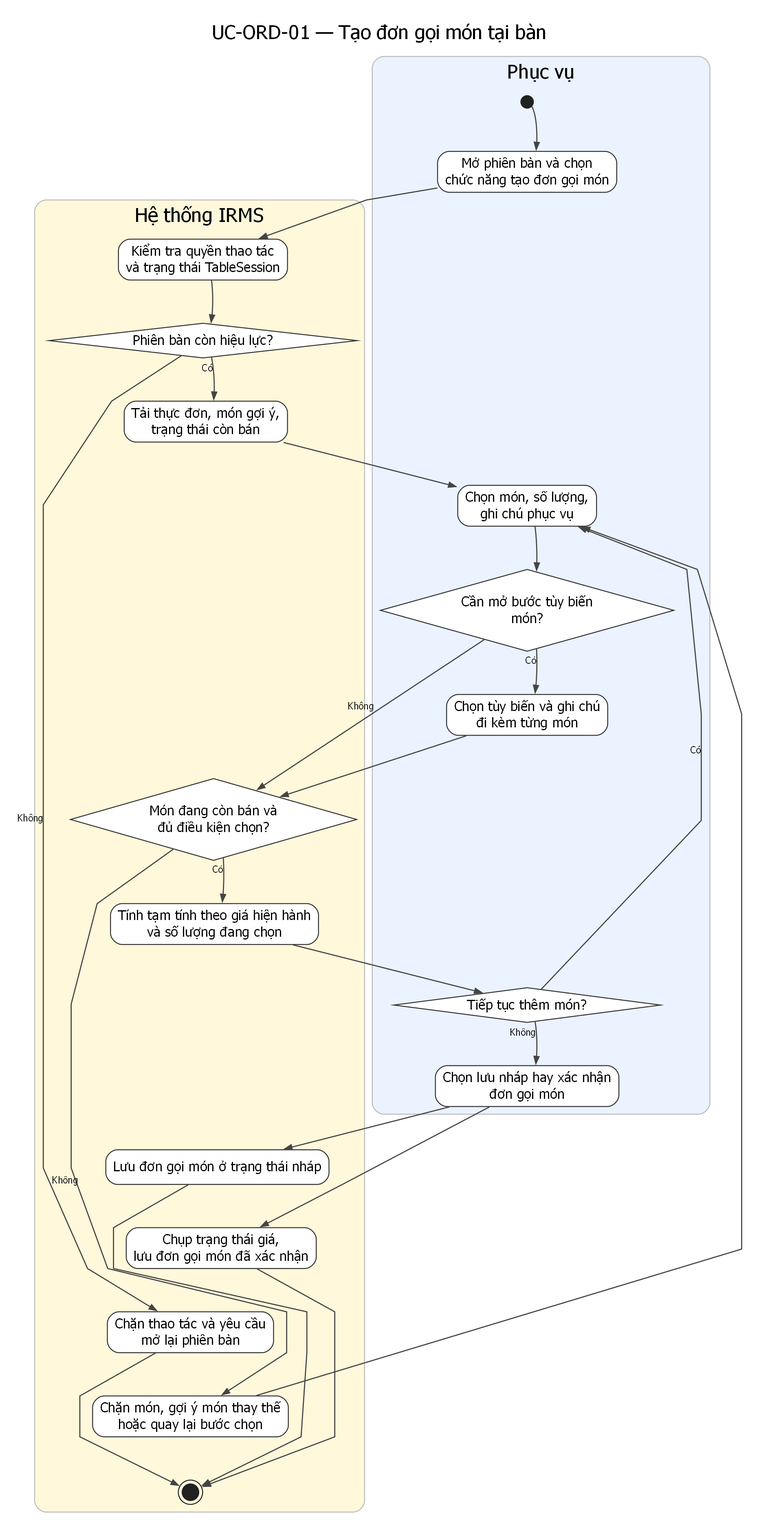
lehoangluan1/SA_IRMS keeps this Graphviz diagram as assets/diagrams/rendered/activity/uc-ord-01-create-table-order.png. Above is the earlier version. Its source is kept beside it as assets/diagrams/source/activity/uc-ord-01-create-table-order.dot.
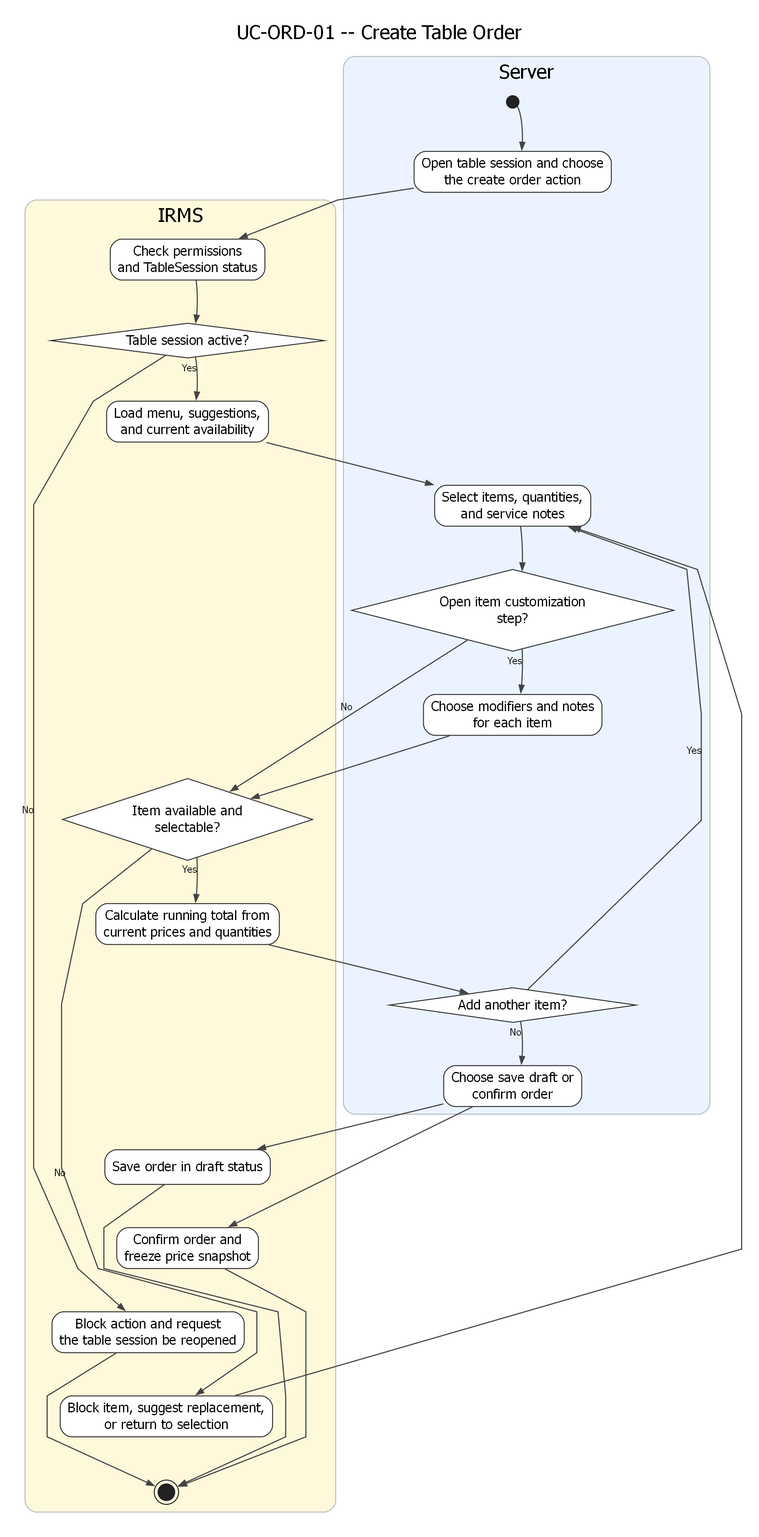
Later version of the same file.

Change to the diagram source:
```diff
@@ -2,35 +2,35 @@
   graph [rankdir=TB, newrank=true, splines=polyline, nodesep=0.38, ranksep=0.62, pad=0.25, dpi=170, bgcolor="white", fontname="DejaVu Sans"];
   node [fontname="DejaVu Sans"];
   edge [fontname="DejaVu Sans", fontsize=10, color="#444444", penwidth=1.15, arrowsize=0.75];
-  labelloc="t"; labeljust="c"; fontsize=20; fontname="DejaVu Sans"; label="UC-ORD-01 — Tạo đơn gọi món tại bàn";
+  labelloc="t"; labeljust="c"; fontsize=20; fontname="DejaVu Sans"; label="UC-ORD-01 -- Create Table Order";
 
   subgraph cluster_l1 {
     style="rounded,filled";
     fillcolor="#EAF3FF"; color="#BBBBBB";
-    label="Phục vụ";
+    label="Server";
     n0 [shape=circle, label="", width=0.18, height=0.18, fixedsize=true, style=filled, fillcolor="#222222", color="#222222"];
-    n1 [label="Mở phiên bàn và chọn\nchức năng tạo đơn gọi món", shape=rect, style="rounded,filled", fillcolor="white", color="#333333"];
-    n4 [label="Chọn món, số lượng,\nghi chú phục vụ", shape=rect, style="rounded,filled", fillcolor="white", color="#333333"];
-    n5 [label="Cần mở bước tùy biến\nmón?", shape=diamond, style="filled", fillcolor="white", color="#333333"];
-    n6 [label="Chọn tùy biến và ghi chú\nđi kèm từng món", shape=rect, style="rounded,filled", fillcolor="white", color="#333333"];
-    n9 [label="Tiếp tục thêm món?", shape=diamond, style="filled", fillcolor="white", color="#333333"];
-    n10 [label="Chọn lưu nháp hay xác nhận\nđơn gọi món", shape=rect, style="rounded,filled", fillcolor="white", color="#333333"];
+    n1 [label="Open table session and choose\nthe create order action", shape=rect, style="rounded,filled", fillcolor="white", color="#333333"];
+    n4 [label="Select items, quantities,\nand service notes", shape=rect, style="rounded,filled", fillcolor="white", color="#333333"];
+    n5 [label="Open item customization\nstep?", shape=diamond, style="filled", fillcolor="white", color="#333333"];
+    n6 [label="Choose modifiers and notes\nfor each item", shape=rect, style="rounded,filled", fillcolor="white", color="#333333"];
+    n9 [label="Add another item?", shape=diamond, style="filled", fillcolor="white", color="#333333"];
+    n10 [label="Choose save draft or\nconfirm order", shape=rect, style="rounded,filled", fillcolor="white", color="#333333"];
     n0 -> n1 -> n4 -> n5 -> n6 -> n9 -> n10 [style=invis, weight=20];
   }
 
   subgraph cluster_l2 {
     style="rounded,filled";
     fillcolor="#FFF8DB"; color="#BBBBBB";
-    label="Hệ thống IRMS";
-    n2 [label="Kiểm tra quyền thao tác\nvà trạng thái TableSession", shape=rect, style="rounded,filled", fillcolor="white", color="#333333"];
-    n3 [label="Phiên bàn còn hiệu lực?", shape=diamond, style="filled", fillcolor="white", color="#333333"];
-    n7 [label="Tải thực đơn, món gợi ý,\ntrạng thái còn bán", shape=rect, style="rounded,filled", fillcolor="white", color="#333333"];
-    n8 [label="Món đang còn bán và\nđủ điều kiện chọn?", shape=diamond, style="filled", fillcolor="white", color="#333333"];
-    n11 [label="Tính tạm tính theo giá hiện hành\nvà số lượng đang chọn", shape=rect, style="rounded,filled", fillcolor="white", color="#333333"];
-    n12 [label="Lưu đơn gọi món ở trạng thái nháp", shape=rect, style="rounded,filled", fillcolor="white", color="#333333"];
-    n13 [label="Chụp trạng thái giá,\nlưu đơn gọi món đã xác nhận", shape=rect, style="rounded,filled", fillcolor="white", color="#333333"];
-    n14 [label="Chặn thao tác và yêu cầu\nmở lại phiên bàn", shape=rect, style="rounded,filled", fillcolor="white", color="#333333"];
-    n15 [label="Chặn món, gợi ý món thay thế\nhoặc quay lại bước chọn", shape=rect, style="rounded,filled", fillcolor="white", color="#333333"];
+    label="IRMS";
+    n2 [label="Check permissions\nand TableSession status", shape=rect, style="rounded,filled", fillcolor="white", color="#333333"];
+    n3 [label="Table session active?", shape=diamond, style="filled", fillcolor="white", color="#333333"];
+    n7 [label="Load menu, suggestions,\nand current availability", shape=rect, style="rounded,filled", fillcolor="white", color="#333333"];
+    n8 [label="Item available and\nselectable?", shape=diamond, style="filled", fillcolor="white", color="#333333"];
+    n11 [label="Calculate running total from\ncurrent prices and quantities", shape=rect, style="rounded,filled", fillcolor="white", color="#333333"];
+    n12 [label="Save order in draft status", shape=rect, style="rounded,filled", fillcolor="white", color="#333333"];
+    n13 [label="Confirm order and\nfreeze price snapshot", shape=rect, style="rounded,filled", fillcolor="white", color="#333333"];
+    n14 [label="Block action and request\nthe table session be reopened", shape=rect, style="rounded,filled", fillcolor="white", color="#333333"];
+    n15 [label="Block item, suggest replacement,\nor return to selection", shape=rect, style="rounded,filled", fillcolor="white", color="#333333"];
     n16 [shape=doublecircle, label="", width=0.24, height=0.24, fixedsize=true, style=filled, fillcolor="#222222", color="#222222"];
     n2 -> n3 -> n7 -> n8 -> n11 -> n12 -> n13 -> n14 -> n15 -> n16 [style=invis, weight=20];
   }
@@ -38,19 +38,19 @@
   n0 -> n1;
   n1 -> n2;
   n2 -> n3;
-  n3 -> n7 [xlabel="Có"];
-  n3 -> n14 [xlabel="Không"];
+  n3 -> n7 [xlabel="Yes"];
+  n3 -> n14 [xlabel="No"];
   n7 -> n4;
   n4 -> n5;
-  n5 -> n6 [xlabel="Có"];
-  n5 -> n8 [xlabel="Không"];
+  n5 -> n6 [xlabel="Yes"];
+  n5 -> n8 [xlabel="No"];
   n6 -> n8;
-  n8 -> n11 [xlabel="Có"];
-  n8 -> n15 [xlabel="Không"];
+  n8 -> n11 [xlabel="Yes"];
+  n8 -> n15 [xlabel="No"];
   n15 -> n4;
   n11 -> n9;
-  n9 -> n4 [xlabel="Có"];
-  n9 -> n10 [xlabel="Không"];
+  n9 -> n4 [xlabel="Yes"];
+  n9 -> n10 [xlabel="No"];
   n10 -> n12;
   n10 -> n13;
   n12 -> n16;
```
